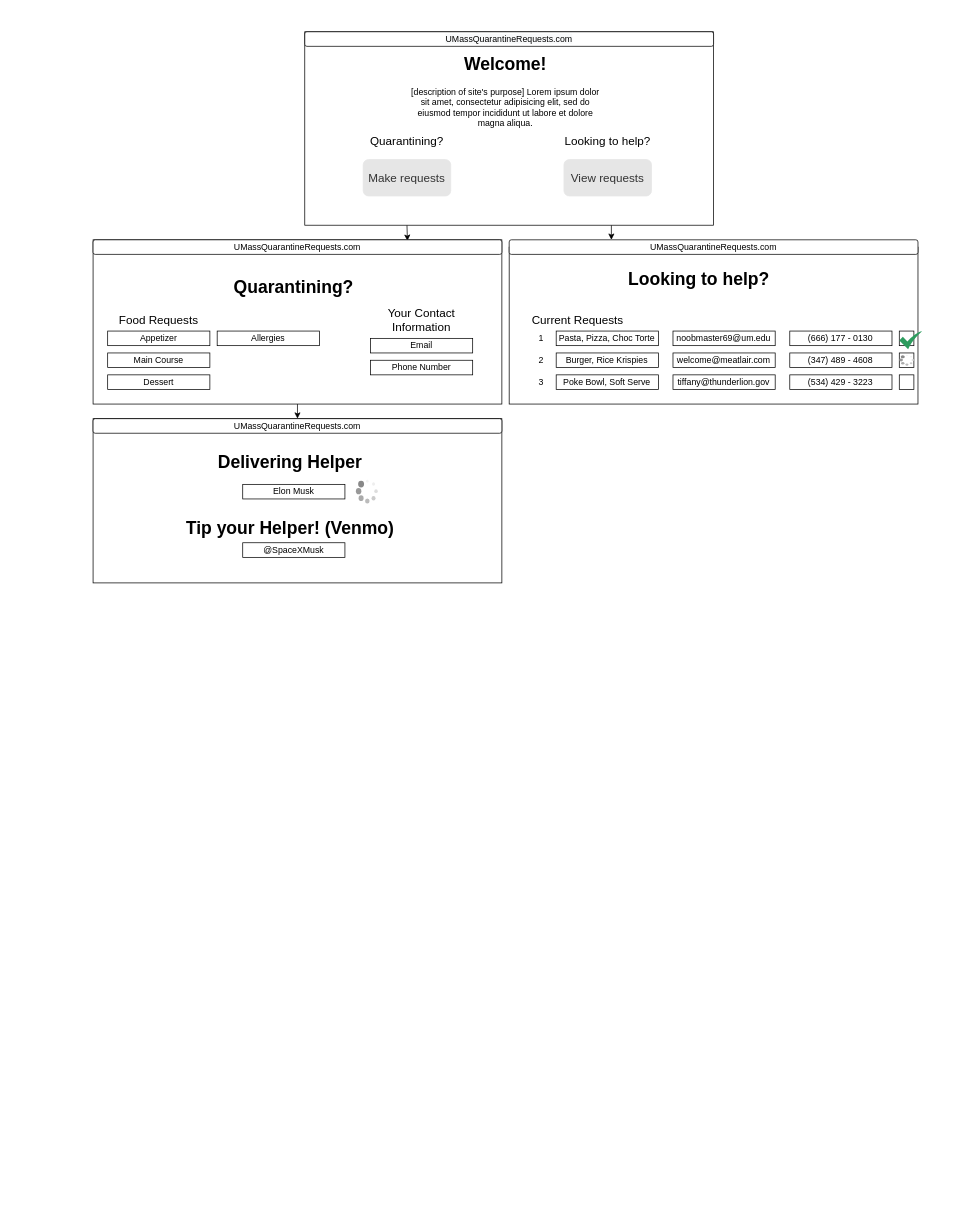
Earlier version of the draw.io diagram docs/diagrams/homepage.drawio (grievans/cs326-final-vav). Source tidied: cells renumbered, new cells numbered last; positions are measured from the earlier drawing's top-left corner, leaving out a move shared by most shapes. Both pictures are drawn from the tidied source at 73%, with x=0, y=0 at pixel (93, 31).
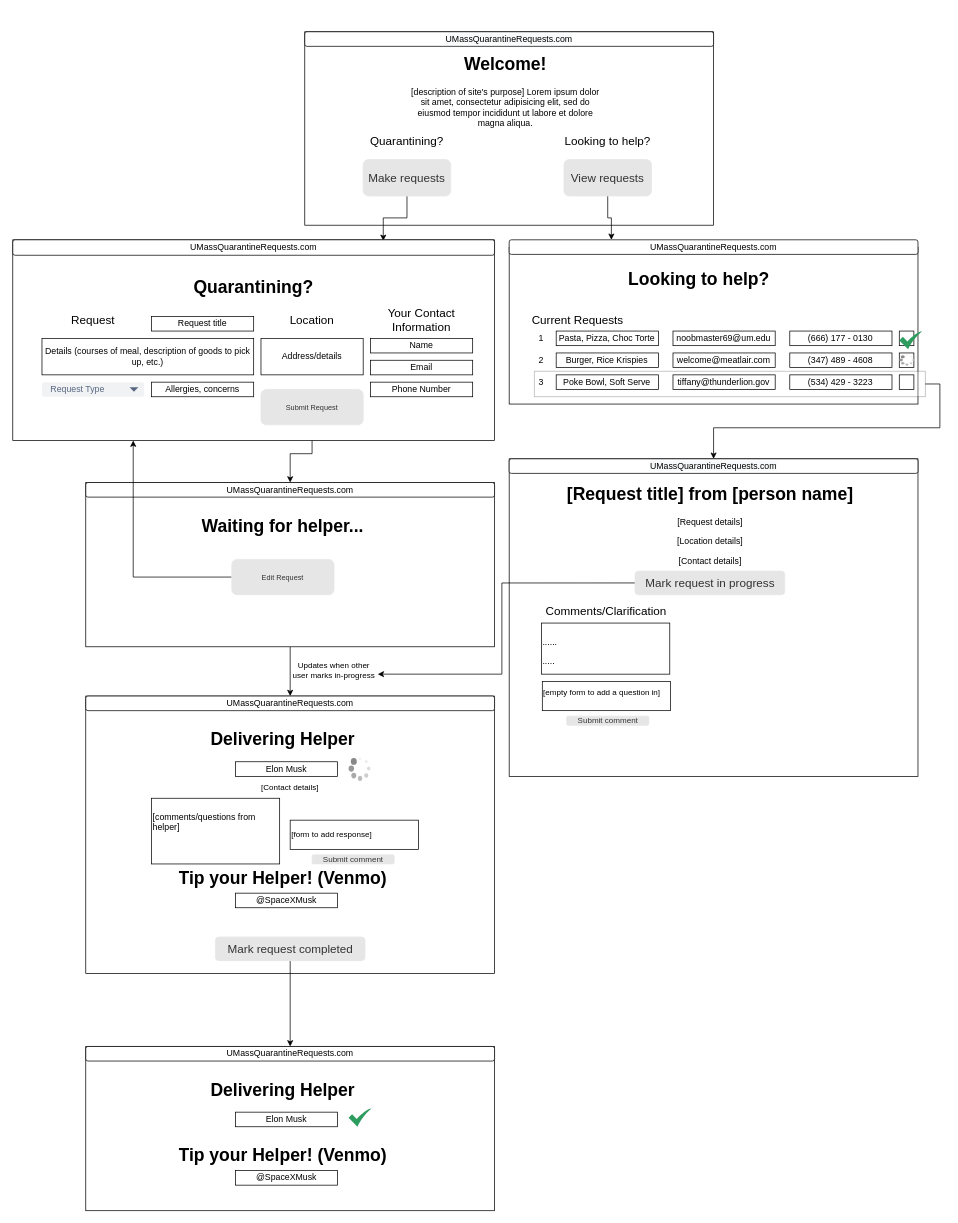
Above is the later version.

Commit message:
Updated homepage.drawio; adding pages for correspondence with helper, restructured request form

The change refers to these unchanged cells:
```xml
<mxCell id="6" value="&lt;font style=&quot;font-size: 16px&quot;&gt;View requests&lt;/font&gt;" style="rounded=1;html=1;shadow=0;dashed=0;whiteSpace=wrap;fontSize=10;fillColor=#E6E6E6;align=center;strokeColor=#E6E6E6;fontColor=#333333;" parent="1" vertex="1">
  <mxGeometry x="645" y="175" width="120" height="50" as="geometry" />
</mxCell>
<mxCell id="7" value="&lt;font style=&quot;font-size: 16px&quot;&gt;Make requests&lt;/font&gt;" style="rounded=1;html=1;shadow=0;dashed=0;whiteSpace=wrap;fontSize=10;fillColor=#E6E6E6;align=center;strokeColor=#E6E6E6;fontColor=#333333;" parent="1" vertex="1">
  <mxGeometry x="370" y="175" width="120" height="50" as="geometry" />
</mxCell>
<mxCell id="44" value="UMassQuarantineRequests.com" style="rounded=1;whiteSpace=wrap;html=1;" parent="1" vertex="1">
  <mxGeometry x="570" y="285" width="560" height="20" as="geometry" />
</mxCell>
```

Change to the diagram source:
```diff
@@
+    <mxCell id="4" style="rounded=0;whiteSpace=wrap;html=1;" parent="1" vertex="1">
+      <mxGeometry x="290" width="560" height="265" as="geometry" />
+    </mxCell>
-    <mxCell id="2" style="edgeStyle=orthogonalEdgeStyle;rounded=0;jettySize=auto;html=1;exitX=0.25;exitY=1;exitDx=0;exitDy=0;entryX=0.769;entryY=0.071;entryDx=0;entryDy=0;entryPerimeter=0;" parent="1" edge="1" source="4" target="16">
+    <mxCell id="2" style="edgeStyle=orthogonalEdgeStyle;rounded=0;jettySize=auto;html=1;entryX=0.769;entryY=0.071;entryDx=0;entryDy=0;entryPerimeter=0;" parent="1" edge="1" source="7" target="16">
       <mxGeometry relative="1" as="geometry" />
     </mxCell>
-    <mxCell id="3" style="edgeStyle=orthogonalEdgeStyle;rounded=0;jettySize=auto;html=1;exitX=0.75;exitY=1;exitDx=0;exitDy=0;entryX=0.25;entryY=0;entryDx=0;entryDy=0;" parent="1" edge="1" source="4" target="44">
+    <mxCell id="3" style="edgeStyle=orthogonalEdgeStyle;rounded=0;jettySize=auto;html=1;entryX=0.25;entryY=0;entryDx=0;entryDy=0;" parent="1" edge="1" source="6" target="44">
       <mxGeometry relative="1" as="geometry" />
     </mxCell>
-    <mxCell id="4" style="rounded=0;whiteSpace=wrap;html=1;" parent="1" vertex="1">
-      <mxGeometry x="290" width="560" height="265" as="geometry" />
-    </mxCell>
@@
-    <mxCell id="11" style="edgeStyle=orthogonalEdgeStyle;rounded=0;jettySize=auto;html=1;exitX=0.5;exitY=1;exitDx=0;exitDy=0;entryX=0.5;entryY=0;entryDx=0;entryDy=0;" parent="1" edge="1" source="12" target="45">
+    <mxCell id="11" style="edgeStyle=orthogonalEdgeStyle;rounded=0;jettySize=auto;html=1;exitX=0.5;exitY=1;exitDx=0;exitDy=0;entryX=0.5;entryY=0;entryDx=0;entryDy=0;" parent="1" edge="1" source="59" target="45">
       <mxGeometry relative="1" as="geometry" />
     </mxCell>
     <mxCell id="12" style="rounded=0;whiteSpace=wrap;html=1;" parent="1" vertex="1">
-      <mxGeometry y="285" width="560" height="225" as="geometry" />
+      <mxGeometry x="-110" y="285" width="660" height="275" as="geometry" />
     </mxCell>
     <mxCell id="13" value="&lt;h1&gt;Quarantining?&lt;/h1&gt;" style="text;html=1;strokeColor=none;fillColor=none;spacing=5;spacingTop=-20;whiteSpace=wrap;overflow=hidden;rounded=0;align=center;" parent="1" vertex="1">
-      <mxGeometry x="135" y="330" width="280" height="40" as="geometry" />
+      <mxGeometry x="80" y="330" width="280" height="40" as="geometry" />
     </mxCell>
-    <mxCell id="14" value="Food Requests" style="text;html=1;strokeColor=none;fillColor=none;align=center;verticalAlign=middle;whiteSpace=wrap;rounded=0;fontSize=16;" parent="1" vertex="1">
-      <mxGeometry x="20" y="380" width="140" height="30" as="geometry" />
+    <mxCell id="14" value="Request" style="text;html=1;strokeColor=none;fillColor=none;align=center;verticalAlign=middle;whiteSpace=wrap;rounded=0;fontSize=16;" parent="1" vertex="1">
+      <mxGeometry x="-70" y="380" width="140" height="30" as="geometry" />
     </mxCell>
@@
     <mxCell id="16" value="UMassQuarantineRequests.com" style="rounded=1;whiteSpace=wrap;html=1;" parent="1" vertex="1">
-      <mxGeometry y="285" width="560" height="20" as="geometry" />
+      <mxGeometry x="-110" y="285" width="660" height="21.2" as="geometry" />
     </mxCell>
-    <mxCell id="17" value="Appetizer" style="rounded=0;whiteSpace=wrap;html=1;" parent="1" vertex="1">
-      <mxGeometry x="20" y="410" width="140" height="20" as="geometry" />
-    </mxCell>
-    <mxCell id="18" value="Main Course" style="rounded=0;whiteSpace=wrap;html=1;" parent="1" vertex="1">
-      <mxGeometry x="20" y="440" width="140" height="20" as="geometry" />
-    </mxCell>
-    <mxCell id="19" value="Dessert" style="rounded=0;whiteSpace=wrap;html=1;" parent="1" vertex="1">
-      <mxGeometry x="20" y="470" width="140" height="20" as="geometry" />
-    </mxCell>
     <mxCell id="20" value="Email" style="rounded=0;whiteSpace=wrap;html=1;" parent="1" vertex="1">
-      <mxGeometry x="380" y="420" width="140" height="20" as="geometry" />
+      <mxGeometry x="380" y="450" width="140" height="20" as="geometry" />
     </mxCell>
     <mxCell id="21" value="Phone Number" style="rounded=0;whiteSpace=wrap;html=1;" parent="1" vertex="1">
-      <mxGeometry x="380" y="450" width="140" height="20" as="geometry" />
+      <mxGeometry x="380" y="480" width="140" height="20" as="geometry" />
     </mxCell>
-    <mxCell id="22" value="Allergies" style="rounded=0;whiteSpace=wrap;html=1;" parent="1" vertex="1">
-      <mxGeometry x="170" y="410" width="140" height="20" as="geometry" />
+    <mxCell id="22" value="Allergies, concerns" style="rounded=0;whiteSpace=wrap;html=1;" parent="1" vertex="1">
+      <mxGeometry x="80" y="480" width="140" height="20" as="geometry" />
     </mxCell>
@@
+    <mxCell id="51" style="rounded=0;whiteSpace=wrap;html=1;opacity=30;" parent="1" vertex="1">
+      <mxGeometry x="604.4" y="465" width="535.6" height="35" as="geometry" />
+    </mxCell>
@@
+    <mxCell id="52" style="edgeStyle=orthogonalEdgeStyle;rounded=0;jettySize=auto;html=1;exitX=1;exitY=0.5;exitDx=0;exitDy=0;entryX=0.5;entryY=0;entryDx=0;entryDy=0;" parent="1" edge="1" source="51" target="64">
+      <mxGeometry relative="1" as="geometry" />
+    </mxCell>
@@
+    <mxCell id="53" style="edgeStyle=orthogonalEdgeStyle;rounded=0;jettySize=auto;html=1;exitX=0.5;exitY=1;exitDx=0;exitDy=0;entryX=0.5;entryY=0;entryDx=0;entryDy=0;fontSize=11;" parent="1" edge="1" source="43" target="79">
+      <mxGeometry relative="1" as="geometry" />
+    </mxCell>
     <mxCell id="43" style="rounded=0;whiteSpace=wrap;html=1;" parent="1" vertex="1">
-      <mxGeometry y="530" width="560" height="225" as="geometry" />
+      <mxGeometry x="-10" y="617.5" width="560" height="225" as="geometry" />
     </mxCell>
@@
     <mxCell id="45" value="UMassQuarantineRequests.com" style="rounded=1;whiteSpace=wrap;html=1;" parent="1" vertex="1">
-      <mxGeometry y="530" width="560" height="20" as="geometry" />
+      <mxGeometry x="-10" y="617.5" width="560" height="20" as="geometry" />
     </mxCell>
-    <mxCell id="46" value="Elon Musk" style="rounded=0;whiteSpace=wrap;html=1;" parent="1" vertex="1">
-      <mxGeometry x="205" y="620" width="140" height="20" as="geometry" />
-    </mxCell>
-    <mxCell id="47" value="&lt;h1&gt;Delivering Helper&lt;/h1&gt;" style="text;html=1;strokeColor=none;fillColor=none;spacing=5;spacingTop=-20;whiteSpace=wrap;overflow=hidden;rounded=0;align=center;" parent="1" vertex="1">
-      <mxGeometry x="130" y="570" width="280" height="40" as="geometry" />
+    <mxCell id="47" value="&lt;h1&gt;Waiting for helper...&lt;/h1&gt;" style="text;html=1;strokeColor=none;fillColor=none;spacing=5;spacingTop=-20;whiteSpace=wrap;overflow=hidden;rounded=0;align=center;" parent="1" vertex="1">
+      <mxGeometry x="120" y="657.5" width="280" height="40" as="geometry" />
     </mxCell>
-    <mxCell id="48" style="verticalLabelPosition=bottom;shadow=0;dashed=0;align=center;html=1;verticalAlign=top;strokeWidth=1;shape=mxgraph.mockup.misc.loading_circle_1;" parent="1" vertex="1">
-      <mxGeometry x="360" y="613.8" width="30" height="32.5" as="geometry" />
-    </mxCell>
-    <mxCell id="49" value="&lt;h1&gt;Tip your Helper! (Venmo)&lt;/h1&gt;" style="text;html=1;strokeColor=none;fillColor=none;spacing=5;spacingTop=-20;whiteSpace=wrap;overflow=hidden;rounded=0;align=center;" parent="1" vertex="1">
-      <mxGeometry x="75" y="660" width="390" height="40" as="geometry" />
-    </mxCell>
-    <mxCell id="50" value="@SpaceXMusk" style="rounded=0;whiteSpace=wrap;html=1;" parent="1" vertex="1">
-      <mxGeometry x="205" y="700" width="140" height="20" as="geometry" />
-    </mxCell>
+    <mxCell id="54" value="Address/details" style="rounded=0;whiteSpace=wrap;html=1;" parent="1" vertex="1">
+      <mxGeometry x="230" y="420" width="140" height="50" as="geometry" />
+    </mxCell>
+    <mxCell id="55" value="Location" style="text;html=1;strokeColor=none;fillColor=none;align=center;verticalAlign=middle;whiteSpace=wrap;rounded=0;fontSize=16;" parent="1" vertex="1">
+      <mxGeometry x="230" y="380" width="140" height="30" as="geometry" />
+    </mxCell>
+    <mxCell id="56" value="Request Type" style="rounded=1;fillColor=#F1F2F4;strokeColor=none;html=1;fontColor=#596780;align=left;fontSize=12;spacingLeft=10;sketch=0;" parent="1" vertex="1">
+      <mxGeometry x="-70" y="480" width="140" height="20" as="geometry" />
+    </mxCell>
+    <mxCell id="57" style="shape=triangle;direction=south;fillColor=#596780;strokeColor=none;html=1;sketch=0;" parent="56" vertex="1">
+      <mxGeometry x="1" y="0.5" width="12" height="6" relative="1" as="geometry">
+        <mxPoint x="-20" y="-3" as="offset" />
+      </mxGeometry>
+    </mxCell>
+    <mxCell id="58" value="Details (courses of meal, description of goods to pick up, etc.)" style="rounded=0;whiteSpace=wrap;html=1;" parent="1" vertex="1">
+      <mxGeometry x="-70" y="420" width="290" height="50" as="geometry" />
+    </mxCell>
+    <mxCell id="59" value="Submit Request" style="rounded=1;html=1;shadow=0;dashed=0;whiteSpace=wrap;fontSize=10;fillColor=#E6E6E6;align=center;strokeColor=#E6E6E6;fontColor=#333333;" parent="1" vertex="1">
+      <mxGeometry x="230" y="490" width="140" height="48.4" as="geometry" />
+    </mxCell>
+    <mxCell id="60" style="rounded=0;whiteSpace=wrap;html=1;" parent="1" vertex="1">
+      <mxGeometry x="570" y="585" width="560" height="435" as="geometry" />
+    </mxCell>
+    <mxCell id="61" value="&lt;h1&gt;[Request title] from [person name]&lt;/h1&gt;&lt;p&gt;[Request details]&lt;/p&gt;&lt;p&gt;[Location details]&lt;/p&gt;&lt;p&gt;[Contact details]&lt;/p&gt;" style="text;html=1;strokeColor=none;fillColor=none;spacing=5;spacingTop=-20;whiteSpace=wrap;overflow=hidden;rounded=0;align=center;" parent="1" vertex="1">
+      <mxGeometry x="632.5" y="613.8" width="425" height="120" as="geometry" />
+    </mxCell>
+    <mxCell id="62" style="edgeStyle=orthogonalEdgeStyle;rounded=0;jettySize=auto;html=1;exitX=0;exitY=0.5;exitDx=0;exitDy=0;fontSize=11;" parent="1" edge="1" source="63" target="85">
+      <mxGeometry relative="1" as="geometry">
+        <Array as="points">
+          <mxPoint x="560" y="755" />
+          <mxPoint x="560" y="880" />
+        </Array>
+      </mxGeometry>
+    </mxCell>
+    <mxCell id="63" value="&lt;font style=&quot;font-size: 16px&quot;&gt;Mark request in progress&lt;/font&gt;" style="rounded=1;html=1;shadow=0;dashed=0;whiteSpace=wrap;fontSize=10;fillColor=#E6E6E6;align=center;strokeColor=#E6E6E6;fontColor=#333333;" parent="1" vertex="1">
+      <mxGeometry x="742.5" y="738.8" width="205" height="32.5" as="geometry" />
+    </mxCell>
+    <mxCell id="64" value="&#10;&#10;&lt;span style=&quot;color: rgb(0, 0, 0); font-family: helvetica; font-size: 12px; font-style: normal; font-weight: 400; letter-spacing: normal; text-align: center; text-indent: 0px; text-transform: none; word-spacing: 0px; background-color: rgb(248, 249, 250); display: inline; float: none;&quot;&gt;UMassQuarantineRequests.com&lt;/span&gt;&#10;&#10;" style="rounded=1;whiteSpace=wrap;html=1;" parent="1" vertex="1">
+      <mxGeometry x="570" y="585" width="560" height="20" as="geometry" />
+    </mxCell>
+    <mxCell id="65" value="Request title" style="rounded=0;whiteSpace=wrap;html=1;" parent="1" vertex="1">
+      <mxGeometry x="80" y="390" width="140" height="20" as="geometry" />
+    </mxCell>
+    <mxCell id="66" value="Name" style="rounded=0;whiteSpace=wrap;html=1;" parent="1" vertex="1">
+      <mxGeometry x="380" y="420" width="140" height="20" as="geometry" />
+    </mxCell>
+    <mxCell id="67" value="Comments/Clarification" style="text;html=1;strokeColor=none;fillColor=none;align=center;verticalAlign=middle;whiteSpace=wrap;rounded=0;fontSize=16;" parent="1" vertex="1">
+      <mxGeometry x="632.5" y="777.5" width="140" height="30" as="geometry" />
+    </mxCell>
+    <mxCell id="68" value="&lt;p style=&quot;line-height: 1.2&quot;&gt;......&lt;/p&gt;&lt;p style=&quot;line-height: 1.2&quot;&gt;.....&lt;/p&gt;" style="rounded=0;whiteSpace=wrap;html=1;align=left;verticalAlign=top;" parent="1" vertex="1">
+      <mxGeometry x="614.4" y="810" width="175.6" height="70" as="geometry" />
+    </mxCell>
+    <mxCell id="69" value="&lt;p style=&quot;line-height: 1 ; font-size: 11px&quot;&gt;&lt;font style=&quot;font-size: 11px&quot;&gt;[empty form to add a question in]&lt;/font&gt;&lt;/p&gt;&lt;p style=&quot;line-height: 0 ; font-size: 11px&quot;&gt;&lt;br&gt;&lt;/p&gt;" style="rounded=0;whiteSpace=wrap;html=1;align=left;verticalAlign=middle;spacing=2;" parent="1" vertex="1">
+      <mxGeometry x="615.4" y="890" width="175.6" height="40" as="geometry" />
+    </mxCell>
+    <mxCell id="70" value="&lt;span style=&quot;font-size: 11px&quot;&gt;Submit comment&lt;/span&gt;" style="rounded=1;html=1;shadow=0;dashed=0;whiteSpace=wrap;fontSize=10;fillColor=#E6E6E6;align=center;strokeColor=#E6E6E6;fontColor=#333333;" parent="1" vertex="1">
+      <mxGeometry x="648.8" y="937.5" width="112.5" height="12.5" as="geometry" />
+    </mxCell>
+    <mxCell id="71" style="rounded=0;whiteSpace=wrap;html=1;" parent="1" vertex="1">
+      <mxGeometry x="-10" y="1390" width="560" height="225" as="geometry" />
+    </mxCell>
+    <mxCell id="72" value="UMassQuarantineRequests.com" style="rounded=1;whiteSpace=wrap;html=1;" parent="1" vertex="1">
+      <mxGeometry x="-10" y="1390" width="560" height="20" as="geometry" />
+    </mxCell>
+    <mxCell id="73" value="Elon Musk" style="rounded=0;whiteSpace=wrap;html=1;" parent="1" vertex="1">
+      <mxGeometry x="195" y="1480" width="140" height="20" as="geometry" />
+    </mxCell>
+    <mxCell id="74" value="&lt;h1&gt;Delivering Helper&lt;/h1&gt;" style="text;html=1;strokeColor=none;fillColor=none;spacing=5;spacingTop=-20;whiteSpace=wrap;overflow=hidden;rounded=0;align=center;" parent="1" vertex="1">
+      <mxGeometry x="120" y="1430" width="280" height="40" as="geometry" />
+    </mxCell>
+    <mxCell id="75" value="&lt;h1&gt;Tip your Helper! (Venmo)&lt;/h1&gt;" style="text;html=1;strokeColor=none;fillColor=none;spacing=5;spacingTop=-20;whiteSpace=wrap;overflow=hidden;rounded=0;align=center;" parent="1" vertex="1">
+      <mxGeometry x="65" y="1520" width="390" height="40" as="geometry" />
+    </mxCell>
+    <mxCell id="76" value="@SpaceXMusk" style="rounded=0;whiteSpace=wrap;html=1;" parent="1" vertex="1">
+      <mxGeometry x="195" y="1560" width="140" height="20" as="geometry" />
+    </mxCell>
+    <mxCell id="77" style="rounded=0;whiteSpace=wrap;html=1;" parent="1" vertex="1">
+      <mxGeometry x="-10" y="910" width="560" height="380" as="geometry" />
+    </mxCell>
+    <mxCell id="78" style="edgeStyle=orthogonalEdgeStyle;rounded=0;jettySize=auto;html=1;exitX=0.5;exitY=1;exitDx=0;exitDy=0;entryX=0.5;entryY=0;entryDx=0;entryDy=0;fontSize=11;" parent="1" edge="1" source="86" target="72">
+      <mxGeometry relative="1" as="geometry" />
+    </mxCell>
+    <mxCell id="79" value="UMassQuarantineRequests.com" style="rounded=1;whiteSpace=wrap;html=1;" parent="1" vertex="1">
+      <mxGeometry x="-10" y="910" width="560" height="20" as="geometry" />
+    </mxCell>
+    <mxCell id="80" value="Elon Musk" style="rounded=0;whiteSpace=wrap;html=1;" parent="1" vertex="1">
+      <mxGeometry x="195" y="1000" width="140" height="20" as="geometry" />
+    </mxCell>
+    <mxCell id="81" value="&lt;h1&gt;Delivering Helper&lt;/h1&gt;" style="text;html=1;strokeColor=none;fillColor=none;spacing=5;spacingTop=-20;whiteSpace=wrap;overflow=hidden;rounded=0;align=center;" parent="1" vertex="1">
+      <mxGeometry x="120" y="950" width="280" height="40" as="geometry" />
+    </mxCell>
+    <mxCell id="82" style="verticalLabelPosition=bottom;shadow=0;dashed=0;align=center;html=1;verticalAlign=top;strokeWidth=1;shape=mxgraph.mockup.misc.loading_circle_1;" parent="1" vertex="1">
+      <mxGeometry x="350" y="993.8" width="30" height="32.5" as="geometry" />
+    </mxCell>
+    <mxCell id="83" value="&lt;h1&gt;Tip your Helper! (Venmo)&lt;/h1&gt;" style="text;html=1;strokeColor=none;fillColor=none;spacing=5;spacingTop=-20;whiteSpace=wrap;overflow=hidden;rounded=0;align=center;" parent="1" vertex="1">
+      <mxGeometry x="65" y="1140" width="390" height="40" as="geometry" />
+    </mxCell>
+    <mxCell id="84" value="@SpaceXMusk" style="rounded=0;whiteSpace=wrap;html=1;" parent="1" vertex="1">
+      <mxGeometry x="195" y="1180" width="140" height="20" as="geometry" />
+    </mxCell>
+    <mxCell id="85" value="Updates when other user marks in-progress" style="text;html=1;strokeColor=none;fillColor=none;align=center;verticalAlign=middle;whiteSpace=wrap;rounded=0;fontSize=11;" parent="1" vertex="1">
+      <mxGeometry x="270" y="860" width="120" height="30" as="geometry" />
+    </mxCell>
+    <mxCell id="86" value="&lt;font style=&quot;font-size: 16px&quot;&gt;Mark request completed&lt;/font&gt;" style="rounded=1;html=1;shadow=0;dashed=0;whiteSpace=wrap;fontSize=10;fillColor=#E6E6E6;align=center;strokeColor=#E6E6E6;fontColor=#333333;" parent="1" vertex="1">
+      <mxGeometry x="167.5" y="1240" width="205" height="32.5" as="geometry" />
+    </mxCell>
+    <mxCell id="87" style="sketch=0;html=1;strokeColor=none;shadow=0;align=center;verticalAlign=top;fillColor=#2D9C5E;shape=mxgraph.gcp2.check;" parent="1" vertex="1">
+      <mxGeometry x="350" y="1475" width="31.2" height="25" as="geometry" />
+    </mxCell>
+    <mxCell id="88" value="[Contact details]" style="text;html=1;strokeColor=none;fillColor=none;align=center;verticalAlign=middle;whiteSpace=wrap;rounded=0;fontSize=11;" parent="1" vertex="1">
+      <mxGeometry x="210" y="1020" width="120" height="30" as="geometry" />
+    </mxCell>
+    <mxCell id="89" value="&lt;p style=&quot;line-height: 1.2&quot;&gt;[comments/questions from helper]&lt;/p&gt;" style="rounded=0;whiteSpace=wrap;html=1;align=left;verticalAlign=top;" parent="1" vertex="1">
+      <mxGeometry x="80" y="1050" width="175.6" height="90" as="geometry" />
+    </mxCell>
+    <mxCell id="90" value="&lt;p style=&quot;line-height: 1 ; font-size: 11px&quot;&gt;[form to add response]&lt;/p&gt;" style="rounded=0;whiteSpace=wrap;html=1;align=left;verticalAlign=middle;spacing=2;" parent="1" vertex="1">
+      <mxGeometry x="270" y="1080" width="175.6" height="40" as="geometry" />
+    </mxCell>
+    <mxCell id="91" value="&lt;span style=&quot;font-size: 11px&quot;&gt;Submit comment&lt;/span&gt;" style="rounded=1;html=1;shadow=0;dashed=0;whiteSpace=wrap;fontSize=10;fillColor=#E6E6E6;align=center;strokeColor=#E6E6E6;fontColor=#333333;" parent="1" vertex="1">
+      <mxGeometry x="300" y="1127.5" width="112.5" height="12.5" as="geometry" />
+    </mxCell>
+    <mxCell id="92" style="edgeStyle=orthogonalEdgeStyle;rounded=0;jettySize=auto;html=1;exitX=0;exitY=0.5;exitDx=0;exitDy=0;entryX=0.25;entryY=1;entryDx=0;entryDy=0;fontSize=11;" parent="1" edge="1" source="93" target="12">
+      <mxGeometry relative="1" as="geometry" />
+    </mxCell>
+    <mxCell id="93" value="Edit Request" style="rounded=1;html=1;shadow=0;dashed=0;whiteSpace=wrap;fontSize=10;fillColor=#E6E6E6;align=center;strokeColor=#E6E6E6;fontColor=#333333;" parent="1" vertex="1">
+      <mxGeometry x="190" y="722.8" width="140" height="48.4" as="geometry" />
+    </mxCell>
```
